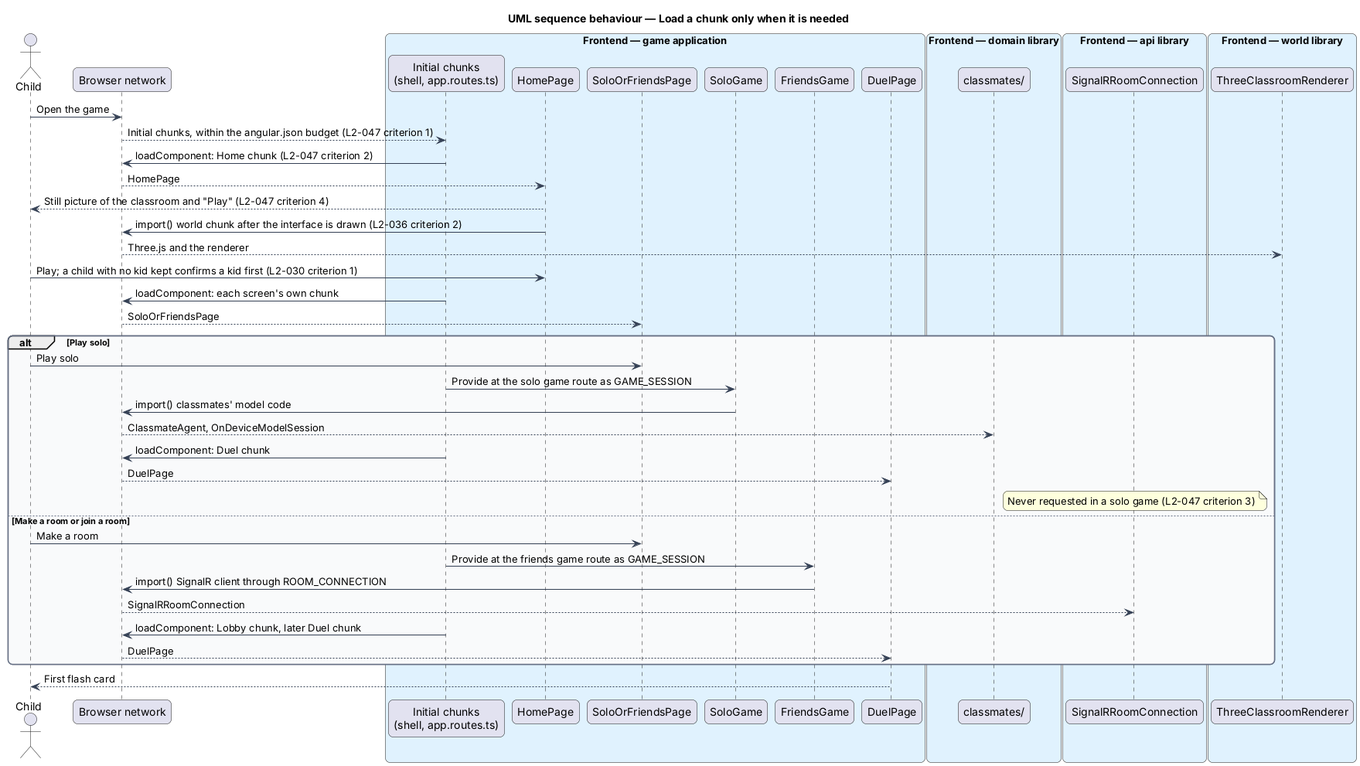
Above: docs/detailed-designs/platform/load-lazily-and-release/diagrams/sequence-load-on-demand.png in QuinntyneBrown/around-the-world (PlantUML), before the change. Its source is kept beside it as docs/detailed-designs/platform/load-lazily-and-release/diagrams/sequence-load-on-demand.puml.
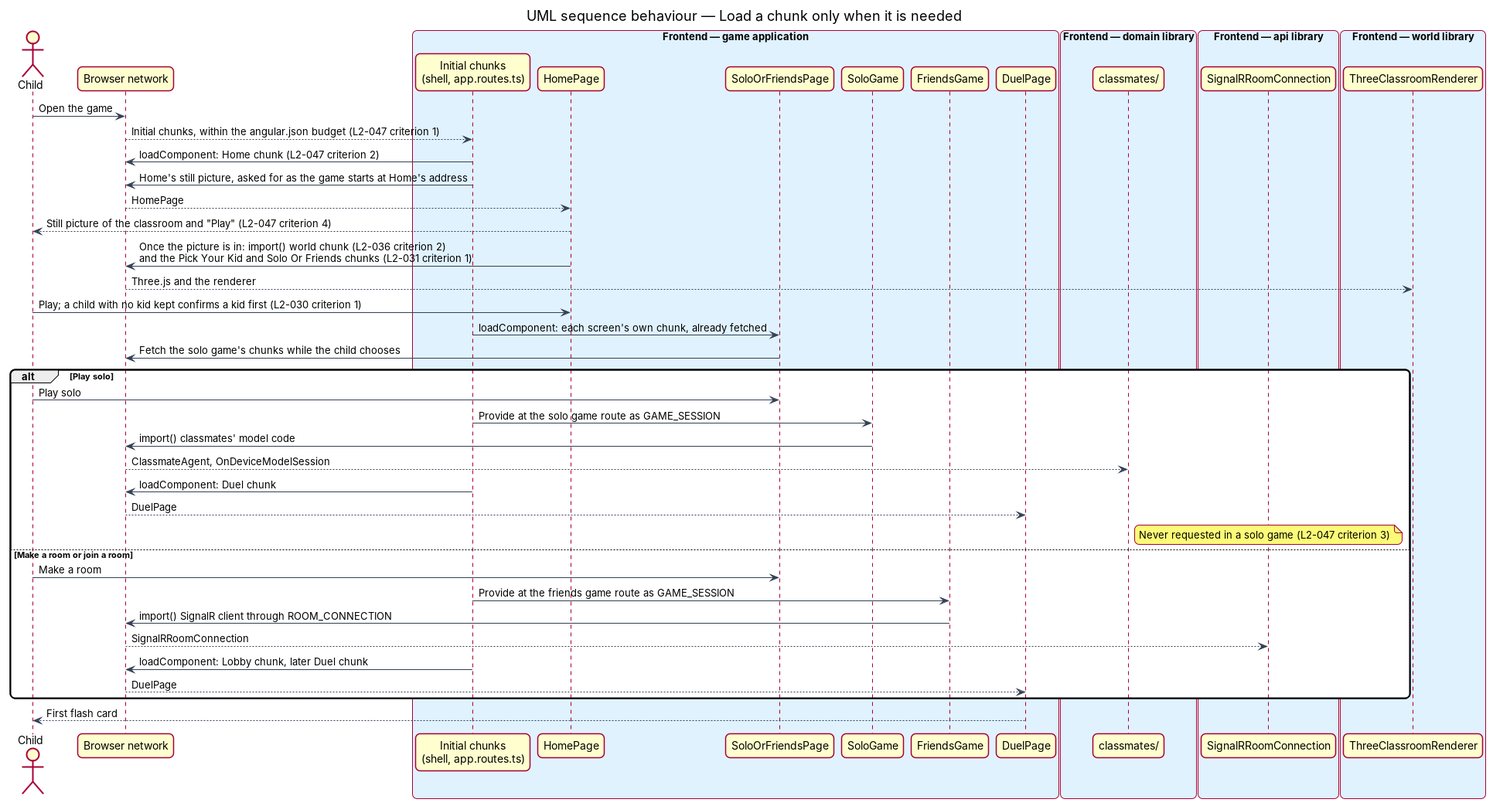
The same file after the commit.

The edit, as a diff of the source:
```diff
@@ -36,13 +36,14 @@
 actor -> net : Open the game
 net --> shell : Initial chunks, within the angular.json budget (L2-047 criterion 1)
 shell -> net : loadComponent: Home chunk (L2-047 criterion 2)
+shell -> net : Home's still picture, asked for as the game starts at Home's address
 net --> home : HomePage
 home --> actor : Still picture of the classroom and "Play" (L2-047 criterion 4)
-home -> net : import() world chunk after the interface is drawn (L2-036 criterion 2)
+home -> net : Once the picture is in: import() world chunk (L2-036 criterion 2)\nand the Pick Your Kid and Solo Or Friends chunks (L2-031 criterion 1)
 net --> renderer : Three.js and the renderer
 actor -> home : Play; a child with no kid kept confirms a kid first (L2-030 criterion 1)
-shell -> net : loadComponent: each screen's own chunk
-net --> sof : SoloOrFriendsPage
+shell -> sof : loadComponent: each screen's own chunk, already fetched
+sof -> net : Fetch the solo game's chunks while the child chooses
 alt Play solo
   actor -> sof : Play solo
   shell -> solo : Provide at the solo game route as GAME_SESSION
```
